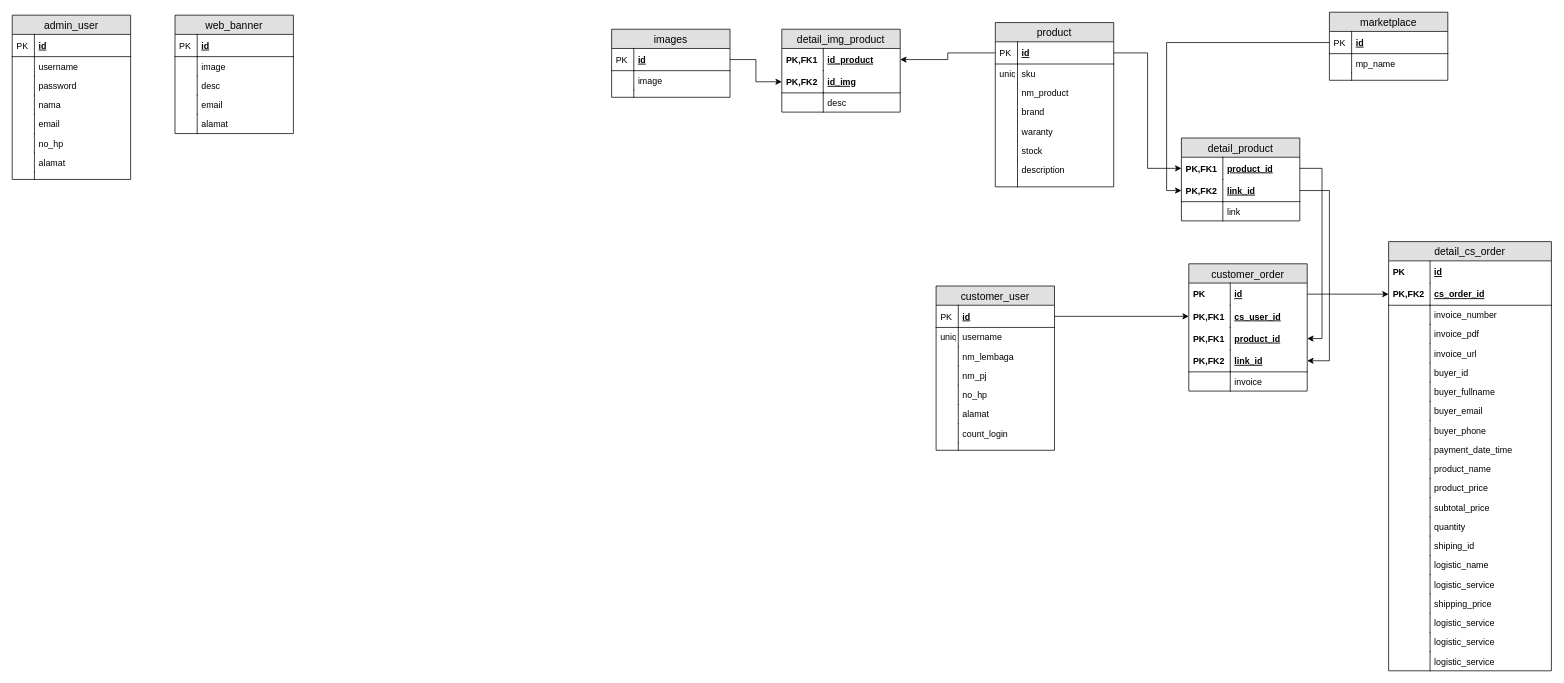
Above: designDB.drawio in budi-ari/BLLio (draw.io), before the change. Source tidied: cells renumbered, new cells numbered last; positions are measured from the earlier drawing's top-left corner, leaving out a move shared by most shapes. Both pictures are drawn from the tidied source at 74%, with x=0, y=0 at pixel (12, 12).
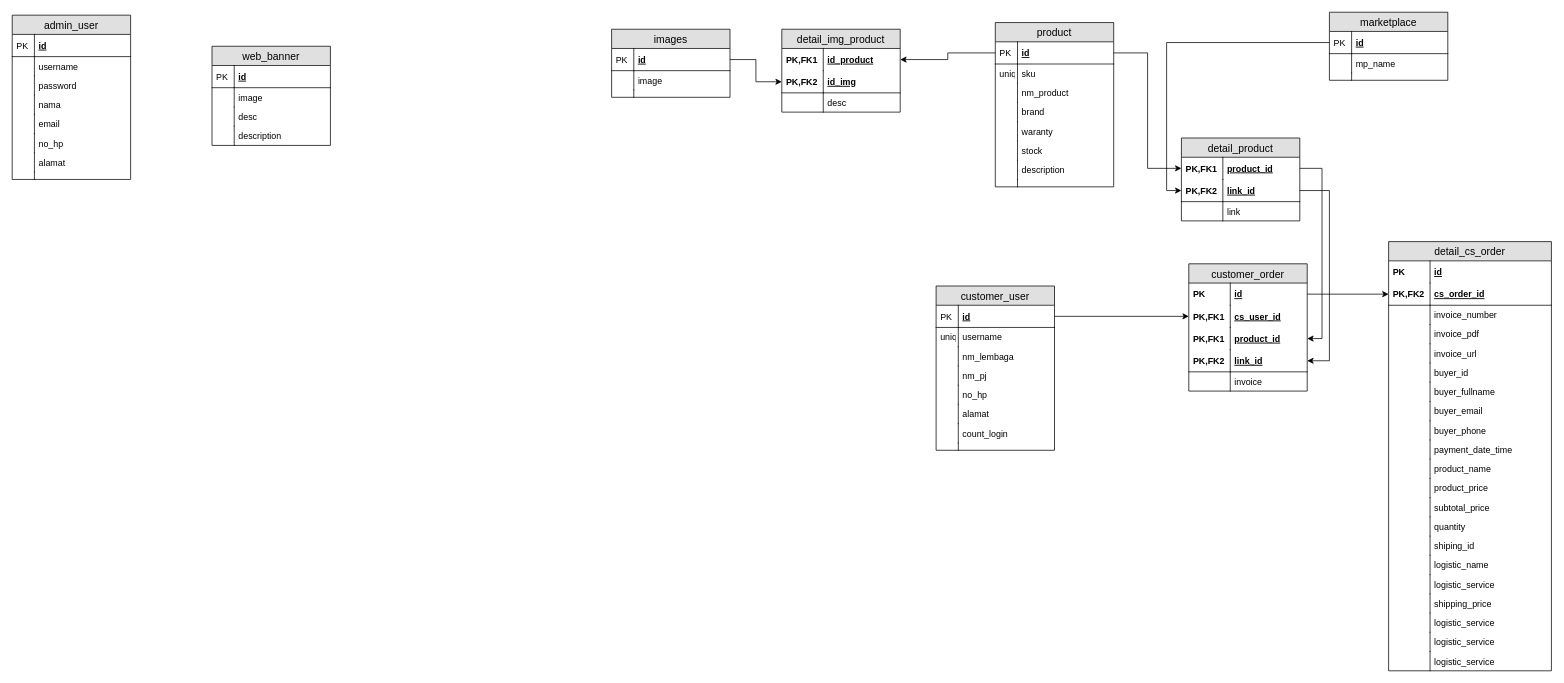
The same diagram, later.

Change to the diagram source:
```diff
@@
     <mxCell id="127" value="web_banner" style="swimlane;fontStyle=0;horizontal=1;startSize=26;fillColor=#e0e0e0;swimlaneFillColor=#ffffff;align=center;fontSize=14;" parent="1" vertex="1">
-      <mxGeometry x="220" y="4" width="160" height="160" as="geometry" />
+      <mxGeometry x="270" y="46" width="160" height="134" as="geometry" />
     </mxCell>
@@
-    <mxCell id="134" value="email" style="shape=partialRectangle;top=0;left=0;right=0;bottom=0;align=left;verticalAlign=top;fillColor=none;spacingLeft=34;spacingRight=4;overflow=hidden;fontSize=12;" parent="127" vertex="1">
-      <mxGeometry y="108" width="160" height="26" as="geometry" />
-    </mxCell>
-    <mxCell id="135" style="shape=partialRectangle;top=0;left=0;bottom=0;fillColor=none;align=left;verticalAlign=top;spacingLeft=4;spacingRight=4;overflow=hidden;fontSize=12;" parent="134" vertex="1">
-      <mxGeometry width="30" height="26" as="geometry" />
-    </mxCell>
-    <mxCell id="136" value="alamat" style="shape=partialRectangle;top=0;left=0;right=0;bottom=0;align=left;verticalAlign=top;fillColor=none;spacingLeft=34;spacingRight=4;overflow=hidden;fontSize=12;" parent="127" vertex="1">
-      <mxGeometry y="134" width="160" height="26" as="geometry" />
-    </mxCell>
-    <mxCell id="137" style="shape=partialRectangle;top=0;left=0;bottom=0;fillColor=none;align=left;verticalAlign=top;spacingLeft=4;spacingRight=4;overflow=hidden;fontSize=12;" parent="136" vertex="1">
-      <mxGeometry width="30" height="26" as="geometry" />
-    </mxCell>
+    <mxCell id="154" value="description" style="shape=partialRectangle;top=0;left=0;right=0;bottom=0;align=left;verticalAlign=top;fillColor=none;spacingLeft=34;spacingRight=4;overflow=hidden;fontSize=12;" parent="127" vertex="1">
+      <mxGeometry y="108" width="160" height="26" as="geometry" />
+    </mxCell>
+    <mxCell id="155" style="shape=partialRectangle;top=0;left=0;bottom=0;fillColor=none;align=left;verticalAlign=top;spacingLeft=4;spacingRight=4;overflow=hidden;fontSize=12;" parent="154" vertex="1">
+      <mxGeometry width="30" height="26" as="geometry" />
+    </mxCell>
```
